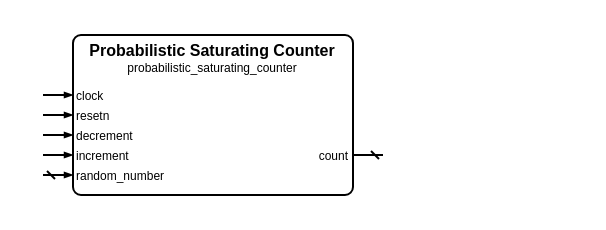
Above: sources/counter/probabilistic_saturating_counter/probabilistic_saturating_counter.symbol.drawio in Louis-DR/OmniCores-BuildingBlocks (draw.io), before the change. Source tidied: cells renumbered, new cells numbered last; positions are measured from the earlier drawing's top-left corner, leaving out a move shared by most shapes. Both pictures are drawn from the tidied source at 200%, with x=0, y=0 at pixel (42, 34).
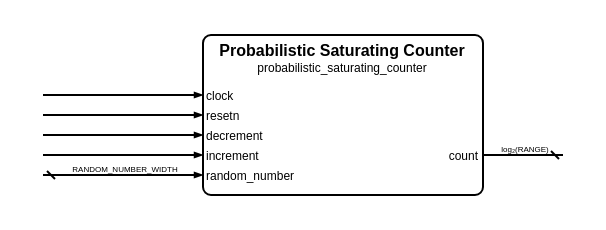
Above is the later version.

What changed in the source:
```diff
@@
     <mxCell id="2" style="group;" parent="1" vertex="1">
-      <mxGeometry width="170" height="80" as="geometry" />
+      <mxGeometry width="260" height="80" as="geometry" />
     </mxCell>
     <mxCell id="3" style="rounded=1;arcSize=5;fillColor=none;strokeWidth=1;strokeColor=black;whiteSpace=wrap;html=1;" parent="2" vertex="1">
-      <mxGeometry x="15" width="140" height="80" as="geometry" />
+      <mxGeometry x="80" width="140" height="80" as="geometry" />
     </mxCell>
     <mxCell id="4" value="Probabilistic Saturating Counter" style="text;html=1;align=center;verticalAlign=middle;whiteSpace=wrap;rounded=0;fontSize=8;fontStyle=1;fontColor=black;" parent="2" vertex="1">
-      <mxGeometry x="15" y="7" width="140" as="geometry" />
+      <mxGeometry x="80" y="7" width="140" as="geometry" />
     </mxCell>
     <mxCell id="5" value="probabilistic_saturating_counter" style="text;html=1;align=center;verticalAlign=middle;whiteSpace=wrap;rounded=0;fontSize=6;fontStyle=0;fontColor=black;" parent="2" vertex="1">
-      <mxGeometry x="15" y="16" width="140" as="geometry" />
+      <mxGeometry x="80" y="16" width="140" as="geometry" />
     </mxCell>
     <mxCell id="6" value="clock" style="text;html=1;align=left;verticalAlign=middle;whiteSpace=wrap;rounded=0;fontSize=6;fontStyle=0;fontColor=black;" parent="2" vertex="1">
-      <mxGeometry x="15" y="30" width="140" as="geometry" />
+      <mxGeometry x="80" y="30" width="140" as="geometry" />
     </mxCell>
     <mxCell id="7" style="html=1;rounded=1;strokeWidth=1;strokeColor=black;startFill=0;startSize=2;startArrow=none;endFill=1;endSize=2;endArrow=blockThin;sourcePerimeterSpacing=0;" parent="2" edge="1">
       <mxGeometry relative="1" as="geometry">
         <mxPoint y="30" as="sourcePoint" />
-        <mxPoint x="15" y="30" as="targetPoint" />
+        <mxPoint x="80" y="30" as="targetPoint" />
       </mxGeometry>
     </mxCell>
     <mxCell id="8" value="resetn" style="text;html=1;align=left;verticalAlign=middle;whiteSpace=wrap;rounded=0;fontSize=6;fontStyle=0;fontColor=black;" parent="2" vertex="1">
-      <mxGeometry x="15" y="40" width="140" as="geometry" />
+      <mxGeometry x="80" y="40" width="140" as="geometry" />
     </mxCell>
     <mxCell id="9" style="html=1;rounded=1;strokeWidth=1;strokeColor=black;startFill=0;startSize=2;startArrow=none;endFill=1;endSize=2;endArrow=blockThin;sourcePerimeterSpacing=0;" parent="2" edge="1">
       <mxGeometry relative="1" as="geometry">
         <mxPoint y="40" as="sourcePoint" />
-        <mxPoint x="15" y="40" as="targetPoint" />
+        <mxPoint x="80" y="40" as="targetPoint" />
       </mxGeometry>
     </mxCell>
     <mxCell id="10" value="decrement" style="text;html=1;align=left;verticalAlign=middle;whiteSpace=wrap;rounded=0;fontSize=6;fontStyle=0;fontColor=black;" parent="2" vertex="1">
-      <mxGeometry x="15" y="50" width="140" as="geometry" />
+      <mxGeometry x="80" y="50" width="140" as="geometry" />
     </mxCell>
     <mxCell id="11" style="html=1;rounded=1;strokeWidth=1;strokeColor=black;startFill=0;startSize=2;startArrow=none;endFill=1;endSize=2;endArrow=blockThin;sourcePerimeterSpacing=0;" parent="2" edge="1">
       <mxGeometry relative="1" as="geometry">
         <mxPoint y="50" as="sourcePoint" />
-        <mxPoint x="15" y="50" as="targetPoint" />
+        <mxPoint x="80" y="50" as="targetPoint" />
       </mxGeometry>
     </mxCell>
     <mxCell id="12" value="increment" style="text;html=1;align=left;verticalAlign=middle;whiteSpace=wrap;rounded=0;fontSize=6;fontStyle=0;fontColor=black;" parent="2" vertex="1">
-      <mxGeometry x="15" y="60" width="140" as="geometry" />
+      <mxGeometry x="80" y="60" width="140" as="geometry" />
     </mxCell>
     <mxCell id="13" style="html=1;rounded=1;strokeWidth=1;strokeColor=black;startFill=0;startSize=2;startArrow=none;endFill=1;endSize=2;endArrow=blockThin;sourcePerimeterSpacing=0;" parent="2" edge="1">
       <mxGeometry relative="1" as="geometry">
         <mxPoint y="60" as="sourcePoint" />
-        <mxPoint x="15" y="60" as="targetPoint" />
+        <mxPoint x="80" y="60" as="targetPoint" />
       </mxGeometry>
     </mxCell>
     <mxCell id="14" value="count" style="text;html=1;align=right;verticalAlign=middle;whiteSpace=wrap;rounded=0;fontSize=6;fontStyle=0;fontColor=black;" parent="2" vertex="1">
-      <mxGeometry x="15" y="60" width="140" as="geometry" />
+      <mxGeometry x="80" y="60" width="140" as="geometry" />
     </mxCell>
     <mxCell id="15" style="html=1;rounded=1;strokeWidth=1;strokeColor=black;startFill=0;startSize=2;startArrow=dash;endFill=1;endSize=2;endArrow=none;sourcePerimeterSpacing=0;" parent="2" edge="1">
       <mxGeometry relative="1" as="geometry">
-        <mxPoint x="170" y="60" as="sourcePoint" />
-        <mxPoint x="155" y="60" as="targetPoint" />
+        <mxPoint x="260" y="60" as="sourcePoint" />
+        <mxPoint x="220" y="60" as="targetPoint" />
       </mxGeometry>
     </mxCell>
+    <mxCell id="18" value="log₂(RANGE)" style="text;html=1;align=center;verticalAlign=middle;whiteSpace=nowrap;rounded=0;fontSize=4;fontStyle=0;fontColor=black;" parent="2" vertex="1">
+      <mxGeometry x="240" y="57" as="geometry" />
+    </mxCell>
     <mxCell id="16" value="random_number" style="text;html=1;align=left;verticalAlign=middle;whiteSpace=wrap;rounded=0;fontSize=6;fontStyle=0;fontColor=black;" parent="2" vertex="1">
-      <mxGeometry x="15" y="70" width="140" as="geometry" />
+      <mxGeometry x="80" y="70" width="140" as="geometry" />
     </mxCell>
     <mxCell id="17" style="html=1;rounded=1;strokeWidth=1;strokeColor=black;startFill=0;startSize=2;startArrow=dash;endFill=1;endSize=2;endArrow=blockThin;sourcePerimeterSpacing=0;" parent="2" edge="1">
       <mxGeometry relative="1" as="geometry">
         <mxPoint y="70" as="sourcePoint" />
-        <mxPoint x="15" y="70" as="targetPoint" />
+        <mxPoint x="80" y="70" as="targetPoint" />
       </mxGeometry>
     </mxCell>
+    <mxCell id="19" value="RANDOM_NUMBER_WIDTH" style="text;html=1;align=center;verticalAlign=middle;whiteSpace=nowrap;rounded=0;fontSize=4;fontStyle=0;fontColor=black;" parent="2" vertex="1">
+      <mxGeometry x="40" y="67" as="geometry" />
+    </mxCell>
```
